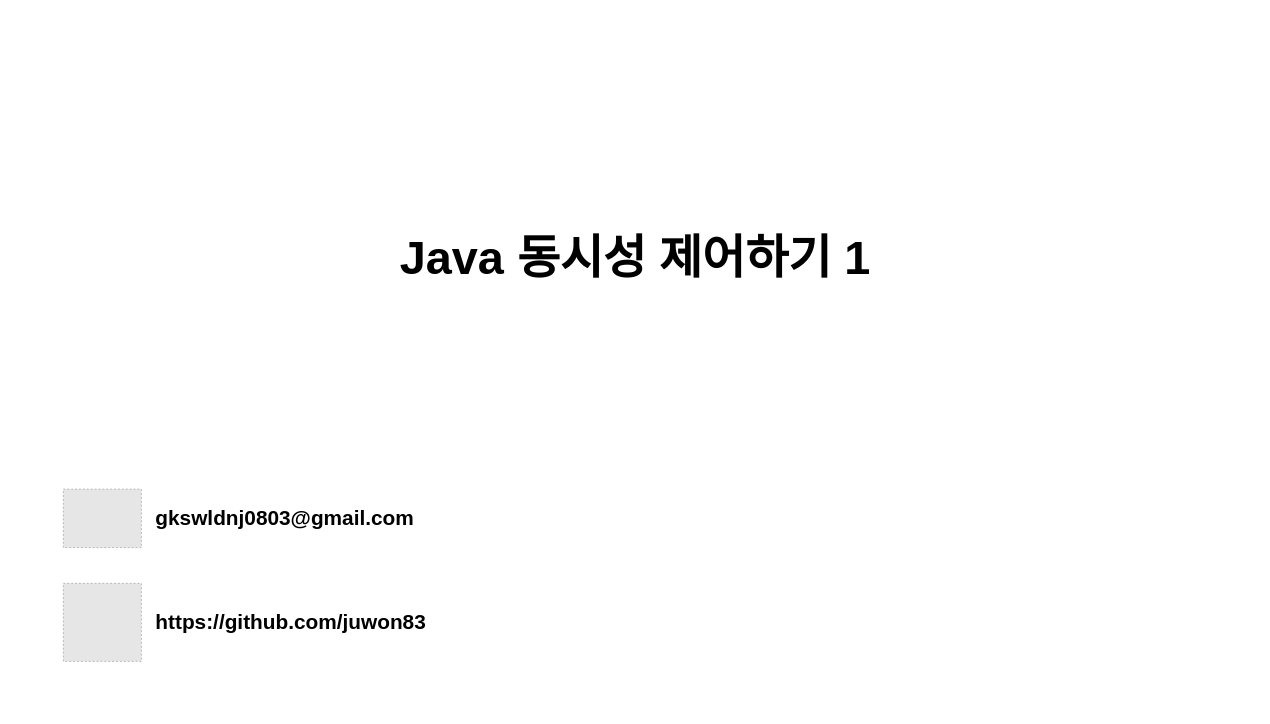
Study-Diary/Computer-Science keeps this draw.io diagram as page "한지원" (2 of 4) of 썸네일.drawio. Above is the earlier version. Source tidied: cells renumbered, new cells numbered last; positions are measured from the earlier drawing's top-left corner, leaving out a move shared by most shapes. Both pictures are drawn from the tidied source at 65%, with x=0, y=0 at pixel (11, 11). Pictures stored in the file or linked from it are replaced by grey dashed boxes.
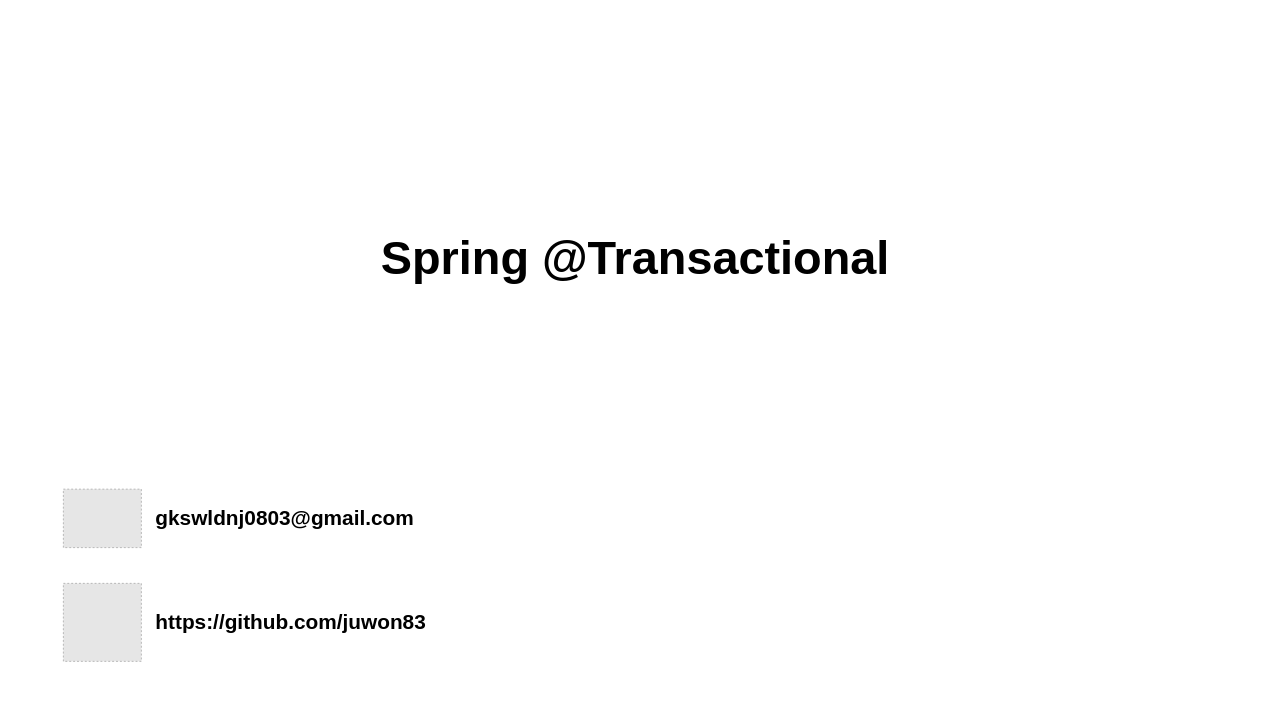
Above is the later version.

Diff of the diagram source:
```diff
@@
 <mxGraphModel>
   <root>
     <mxCell id="0" />
     <mxCell id="1" parent="0" />
     <mxCell id="2" style="rounded=0;whiteSpace=wrap;html=1;fillColor=#FFFFFF;strokeColor=none;" parent="1" vertex="1">
       <mxGeometry width="1920" height="1080" as="geometry" />
     </mxCell>
     <mxCell id="3" style="group;" parent="1" vertex="1">
       <mxGeometry x="80" y="720" width="120" height="120" as="geometry" />
     </mxCell>
     <mxCell id="4" style="fillColor=#E6E6E6;strokeColor=#999999;dashed=1;verticalLabelPosition=bottom;labelBackgroundColor=default;verticalAlign=top;" parent="3" vertex="1">
       <mxGeometry y="15" width="120" height="90" as="geometry" />
     </mxCell>
     <mxCell id="5" style="rounded=0;whiteSpace=wrap;html=1;fillColor=none;strokeColor=none;" parent="3" vertex="1">
       <mxGeometry width="120" height="120" as="geometry" />
     </mxCell>
     <mxCell id="6" style="fillColor=#E6E6E6;strokeColor=#999999;dashed=1;verticalLabelPosition=bottom;labelBackgroundColor=default;verticalAlign=top;" parent="1" vertex="1">
       <mxGeometry x="80" y="880" width="120" height="120" as="geometry" />
     </mxCell>
     <mxCell id="7" value="gkswldnj0803@gmail.com" style="text;html=1;align=left;verticalAlign=middle;whiteSpace=wrap;rounded=0;fontSize=32;fontColor=#000000;fontStyle=1;" parent="1" vertex="1">
       <mxGeometry x="220" y="740" width="500" height="80" as="geometry" />
     </mxCell>
     <mxCell id="8" value="https://github.com/juwon83" style="text;html=1;align=left;verticalAlign=middle;whiteSpace=wrap;rounded=0;fontSize=32;fontColor=#000000;fontStyle=1;" parent="1" vertex="1">
       <mxGeometry x="220" y="900" width="500" height="80" as="geometry" />
     </mxCell>
-    <mxCell id="9" value="Java 동시성 제어하기 1" style="text;html=1;align=center;verticalAlign=middle;whiteSpace=wrap;rounded=0;fontSize=72;fontFamily=Pretendard;fontColor=#000000;fontStyle=1;" parent="1" vertex="1">
+    <mxCell id="9" value="Spring @Transactional" style="text;html=1;align=center;verticalAlign=middle;whiteSpace=wrap;rounded=0;fontSize=72;fontFamily=Pretendard;fontColor=#000000;fontStyle=1;" parent="1" vertex="1">
       <mxGeometry x="200" y="320" width="1520" height="120" as="geometry" />
     </mxCell>
   </root>
 </mxGraphModel>
```
